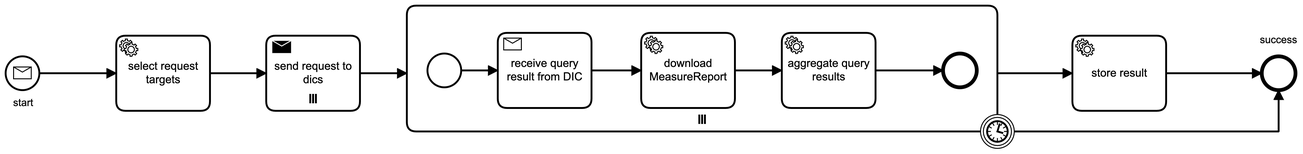
The BPMN diagram codex-process-feasibility/docs/requestSimpleFeasibility.png in medizininformatik-initiative/mii-process-feasibility, before a commit. Its source is kept beside it as codex-process-feasibility/src/main/resources/bpe/requestSimpleFeasibility.bpmn. Ids are renumbered. Its diagram source:
```xml
<bpmn:definitions xmlns:bpmn="http://www.omg.org/spec/BPMN/20100524/MODEL" xmlns:bpmndi="http://www.omg.org/spec/BPMN/20100524/DI" xmlns:di="http://www.omg.org/spec/DD/20100524/DI" xmlns:dc="http://www.omg.org/spec/DD/20100524/DC" xmlns:camunda="http://camunda.org/schema/1.0/bpmn" xmlns:xsi="http://www.w3.org/2001/XMLSchema-instance" id="Definitions_n1" targetNamespace="http://bpmn.io/schema/bpmn" exporter="Camunda Modeler" exporterVersion="4.6.0">
  <bpmn:process id="requestSimpleFeasibility" name="storeResult" isExecutable="true" camunda:versionTag="0.1.0">
    <bpmn:startEvent id="StartEvent" name="start">
      <bpmn:outgoing>SequenceFlow_n2</bpmn:outgoing>
      <bpmn:messageEventDefinition id="MessageEventDefinition_n3" messageRef="Message_n4" />
    </bpmn:startEvent>
    <bpmn:serviceTask id="selectRequestTargets" name="select request targets" camunda:class="de.netzwerk_universitaetsmedizin.codex.processes.feasibility.service.SelectRequestTargets">
      <bpmn:incoming>SequenceFlow_n2</bpmn:incoming>
      <bpmn:outgoing>SequenceFlow_n5</bpmn:outgoing>
    </bpmn:serviceTask>
    <bpmn:sendTask id="sendRequestToDics" name="send request to dics" camunda:class="de.netzwerk_universitaetsmedizin.codex.processes.feasibility.message.SendDicRequest">
      <bpmn:extensionElements>
        <camunda:inputOutput>
          <camunda:inputParameter name="processDefinitionKey">executeSimpleFeasibility</camunda:inputParameter>
          <camunda:inputParameter name="versionTag">0.1.0</camunda:inputParameter>
          <camunda:inputParameter name="messageName">executeSimpleFeasibilityMessage</camunda:inputParameter>
          <camunda:inputParameter name="profile">https://www.netzwerk-universitaetsmedizin.de/fhir/StructureDefinition/codex-task-execute-simple-feasibility</camunda:inputParameter>
        </camunda:inputOutput>
      </bpmn:extensionElements>
      <bpmn:incoming>SequenceFlow_n5</bpmn:incoming>
      <bpmn:outgoing>Flow_n6</bpmn:outgoing>
      <bpmn:multiInstanceLoopCharacteristics camunda:collection="${targets.entries}" camunda:elementVariable="target" />
    </bpmn:sendTask>
    <bpmn:sequenceFlow id="SequenceFlow_n2" sourceRef="StartEvent" targetRef="selectRequestTargets" />
    <bpmn:sequenceFlow id="SequenceFlow_n5" sourceRef="selectRequestTargets" targetRef="sendRequestToDics" />
    <bpmn:endEvent id="EndEvent" name="success">
      <bpmn:incoming>Flow_n7</bpmn:incoming>
      <bpmn:incoming>Flow_n8</bpmn:incoming>
    </bpmn:endEvent>
    <bpmn:subProcess id="Activity_n9">
      <bpmn:incoming>Flow_n6</bpmn:incoming>
      <bpmn:outgoing>Flow_n10</bpmn:outgoing>
      <bpmn:multiInstanceLoopCharacteristics camunda:collection="${targets.entries}" camunda:elementVariable="target" />
      <bpmn:receiveTask id="Activity_n11" name="receive query result from DIC" messageRef="Message_n12">
        <bpmn:extensionElements>
          <camunda:inputOutput>
            <camunda:inputParameter name="correlationKey">${target.correlationKey}</camunda:inputParameter>
          </camunda:inputOutput>
        </bpmn:extensionElements>
        <bpmn:incoming>Flow_n13</bpmn:incoming>
        <bpmn:outgoing>Flow_n14</bpmn:outgoing>
      </bpmn:receiveTask>
      <bpmn:startEvent id="Event_n15">
        <bpmn:outgoing>Flow_n13</bpmn:outgoing>
      </bpmn:startEvent>
      <bpmn:sequenceFlow id="Flow_n13" sourceRef="Event_n15" targetRef="Activity_n11" />
      <bpmn:sequenceFlow id="Flow_n14" sourceRef="Activity_n11" targetRef="Activity_n16" />
      <bpmn:serviceTask id="Activity_n16" name="download MeasureReport" camunda:class="de.netzwerk_universitaetsmedizin.codex.processes.feasibility.service.DownloadMeasureReport">
        <bpmn:incoming>Flow_n14</bpmn:incoming>
        <bpmn:outgoing>Flow_n17</bpmn:outgoing>
      </bpmn:serviceTask>
      <bpmn:sequenceFlow id="Flow_n17" sourceRef="Activity_n16" targetRef="Activity_n18" />
      <bpmn:serviceTask id="Activity_n18" name="store live result" camunda:class="de.netzwerk_universitaetsmedizin.codex.processes.feasibility.service.StoreLiveResult">
        <bpmn:incoming>Flow_n17</bpmn:incoming>
        <bpmn:outgoing>Flow_n19</bpmn:outgoing>
      </bpmn:serviceTask>
      <bpmn:sequenceFlow id="Flow_n19" sourceRef="Activity_n18" targetRef="Activity_n20" />
      <bpmn:endEvent id="Event_n21">
        <bpmn:incoming>Flow_n22</bpmn:incoming>
      </bpmn:endEvent>
      <bpmn:sequenceFlow id="Flow_n22" sourceRef="Activity_n20" targetRef="Event_n21" />
      <bpmn:serviceTask id="Activity_n20" name="aggregate query results" camunda:class="de.netzwerk_universitaetsmedizin.codex.processes.feasibility.service.AggregateMeasureReports">
        <bpmn:incoming>Flow_n19</bpmn:incoming>
        <bpmn:outgoing>Flow_n22</bpmn:outgoing>
      </bpmn:serviceTask>
    </bpmn:subProcess>
    <bpmn:boundaryEvent id="Event_n23" attachedToRef="Activity_n9">
      <bpmn:outgoing>Flow_n7</bpmn:outgoing>
      <bpmn:timerEventDefinition id="TimerEventDefinition_n24">
        <bpmn:timeDuration xsi:type="bpmn:tFormalExpression">PT5M</bpmn:timeDuration>
      </bpmn:timerEventDefinition>
    </bpmn:boundaryEvent>
    <bpmn:sequenceFlow id="Flow_n6" sourceRef="sendRequestToDics" targetRef="Activity_n9" />
    <bpmn:sequenceFlow id="Flow_n7" sourceRef="Event_n23" targetRef="EndEvent" />
    <bpmn:sequenceFlow id="Flow_n10" sourceRef="Activity_n9" targetRef="Activity_n25" />
    <bpmn:sequenceFlow id="Flow_n8" sourceRef="Activity_n25" targetRef="EndEvent" />
    <bpmn:serviceTask id="Activity_n25" name="prepare query for further evaluation" camunda:class="de.netzwerk_universitaetsmedizin.codex.processes.feasibility.service.PrepareForFurtherEvaluation">
      <bpmn:documentation>Assign queries to organizations</bpmn:documentation>
      <bpmn:incoming>Flow_n10</bpmn:incoming>
      <bpmn:outgoing>Flow_n8</bpmn:outgoing>
    </bpmn:serviceTask>
  </bpmn:process>
  <bpmn:message id="Message_n4" name="requestSimpleFeasibilityMessage" />
  <bpmn:message id="Message_n26" name="resultSimpleFeasibilityMessage" />
  <bpmn:error id="Error_n27" />
  <bpmn:error id="Error_n28" />
  <bpmn:error id="Error_n29" />
  <bpmn:message id="Message_n30" name="receiveMultiMedicCohortSizeResultMessage" />
  <bpmn:message id="Message_n31" name="resultMultiMedicSimpleFeasibilityMessage" />
  <bpmn:message id="Message_n32" name="errorSimpleFeasibilityMessage" />
  <bpmn:message id="Message_n33" name="resultMultiMedicSimpleFeasibilityMessage" />
  <bpmn:message id="Message_n34" name="errorSimpleFeasibilityMessage" />
  <bpmn:message id="Message_n35" name="errorMultiMedicSimpleFeasibilityMessage" />
  <bpmn:message id="Message_n36" name="resultMultiMedicSimpleFeasibilityMessage" />
  <bpmn:message id="Message_n12" name="resultSingleDicSimpleFeasibilityMessage" />
  <bpmndi:BPMNDiagram id="BPMNDiagram_1">
    <bpmndi:BPMNPlane id="BPMNPlane_1" bpmnElement="requestSimpleFeasibility">
      <bpmndi:BPMNEdge id="Flow_n8_di" bpmnElement="Flow_n8">
        <di:waypoint x="1560" y="155" />
        <di:waypoint x="1612" y="155" />
      </bpmndi:BPMNEdge>
      <bpmndi:BPMNEdge id="Flow_n10_di" bpmnElement="Flow_n10">
        <di:waypoint x="1380" y="155" />
        <di:waypoint x="1460" y="155" />
      </bpmndi:BPMNEdge>
      <bpmndi:BPMNEdge id="Flow_n7_di" bpmnElement="Flow_n7">
        <di:waypoint x="1398" y="222" />
        <di:waypoint x="1630" y="222" />
        <di:waypoint x="1630" y="173" />
      </bpmndi:BPMNEdge>
      <bpmndi:BPMNEdge id="Flow_n6_di" bpmnElement="Flow_n6">
        <di:waypoint x="530" y="155" />
        <di:waypoint x="580" y="155" />
      </bpmndi:BPMNEdge>
      <bpmndi:BPMNEdge id="SequenceFlow_n5_di" bpmnElement="SequenceFlow_n5">
        <di:waypoint x="370" y="155" />
        <di:waypoint x="430" y="155" />
      </bpmndi:BPMNEdge>
      <bpmndi:BPMNEdge id="SequenceFlow_n2_di" bpmnElement="SequenceFlow_n2">
        <di:waypoint x="188" y="155" />
        <di:waypoint x="270" y="155" />
      </bpmndi:BPMNEdge>
      <bpmndi:BPMNShape id="StartEvent_1ozsjmr_di" bpmnElement="StartEvent">
        <dc:Bounds x="152" y="137" width="36" height="36" />
        <bpmndi:BPMNLabel>
          <dc:Bounds x="160" y="180" width="22" height="14" />
        </bpmndi:BPMNLabel>
      </bpmndi:BPMNShape>
      <bpmndi:BPMNShape id="ServiceTask_0vfud44_di" bpmnElement="selectRequestTargets">
        <dc:Bounds x="270" y="115" width="100" height="80" />
      </bpmndi:BPMNShape>
      <bpmndi:BPMNShape id="SendTask_1pu8i9n_di" bpmnElement="sendRequestToDics">
        <dc:Bounds x="430" y="115" width="100" height="80" />
      </bpmndi:BPMNShape>
      <bpmndi:BPMNShape id="EndEvent_18syky8_di" bpmnElement="EndEvent">
        <dc:Bounds x="1612" y="137" width="36" height="36" />
        <bpmndi:BPMNLabel>
          <dc:Bounds x="1610" y="113" width="41" height="14" />
        </bpmndi:BPMNLabel>
      </bpmndi:BPMNShape>
      <bpmndi:BPMNShape id="Activity_n9_di" bpmnElement="Activity_n9" isExpanded="true">
        <dc:Bounds x="580" y="88" width="800" height="134" />
      </bpmndi:BPMNShape>
      <bpmndi:BPMNEdge id="Flow_n22_di" bpmnElement="Flow_n22">
        <di:waypoint x="1240" y="157" />
        <di:waypoint x="1312" y="157" />
      </bpmndi:BPMNEdge>
      <bpmndi:BPMNEdge id="Flow_n19_di" bpmnElement="Flow_n19">
        <di:waypoint x="1080" y="157" />
        <di:waypoint x="1140" y="157" />
      </bpmndi:BPMNEdge>
      <bpmndi:BPMNEdge id="Flow_n17_di" bpmnElement="Flow_n17">
        <di:waypoint x="930" y="157" />
        <di:waypoint x="980" y="157" />
      </bpmndi:BPMNEdge>
      <bpmndi:BPMNEdge id="Flow_n14_di" bpmnElement="Flow_n14">
        <di:waypoint x="777" y="157" />
        <di:waypoint x="830" y="157" />
      </bpmndi:BPMNEdge>
      <bpmndi:BPMNEdge id="Flow_n13_di" bpmnElement="Flow_n13">
        <di:waypoint x="638" y="157" />
        <di:waypoint x="677" y="157" />
      </bpmndi:BPMNEdge>
      <bpmndi:BPMNShape id="Activity_n11_di" bpmnElement="Activity_n11">
        <dc:Bounds x="677" y="117" width="100" height="80" />
      </bpmndi:BPMNShape>
      <bpmndi:BPMNShape id="Event_n15_di" bpmnElement="Event_n15">
        <dc:Bounds x="602" y="139" width="36" height="36" />
      </bpmndi:BPMNShape>
      <bpmndi:BPMNShape id="Activity_1l7gm0z_di" bpmnElement="Activity_n16">
        <dc:Bounds x="830" y="117" width="100" height="80" />
      </bpmndi:BPMNShape>
      <bpmndi:BPMNShape id="Activity_n18_di" bpmnElement="Activity_n18">
        <dc:Bounds x="980" y="117" width="100" height="80" />
      </bpmndi:BPMNShape>
      <bpmndi:BPMNShape id="Event_n21_di" bpmnElement="Event_n21">
        <dc:Bounds x="1312" y="139" width="36" height="36" />
      </bpmndi:BPMNShape>
      <bpmndi:BPMNShape id="Activity_0ecnlg3_di" bpmnElement="Activity_n20">
        <dc:Bounds x="1140" y="117" width="100" height="80" />
      </bpmndi:BPMNShape>
      <bpmndi:BPMNShape id="Activity_1y41cdj_di" bpmnElement="Activity_n25">
        <dc:Bounds x="1460" y="115" width="100" height="80" />
      </bpmndi:BPMNShape>
      <bpmndi:BPMNShape id="Event_n23_di" bpmnElement="Event_n23">
        <dc:Bounds x="1362" y="204" width="36" height="36" />
      </bpmndi:BPMNShape>
    </bpmndi:BPMNPlane>
  </bpmndi:BPMNDiagram>
</bpmn:definitions>
```
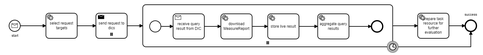
Above is the later version.

Commit message:
Update README.md according to the issue Support Live Result Updates https://github.com/num-codex/codex-processes-ap2/issues/6

What changed in the source:
```diff
@@ -74,7 +74,7 @@
     <bpmn:sequenceFlow id="Flow_n7" sourceRef="Event_n23" targetRef="EndEvent" />
     <bpmn:sequenceFlow id="Flow_n10" sourceRef="Activity_n9" targetRef="Activity_n25" />
     <bpmn:sequenceFlow id="Flow_n8" sourceRef="Activity_n25" targetRef="EndEvent" />
-    <bpmn:serviceTask id="Activity_n25" name="prepare query for further evaluation" camunda:class="de.netzwerk_universitaetsmedizin.codex.processes.feasibility.service.PrepareForFurtherEvaluation">
+    <bpmn:serviceTask id="Activity_n25" name="prepare task resource for further evaluation" camunda:class="de.netzwerk_universitaetsmedizin.codex.processes.feasibility.service.PrepareForFurtherEvaluation">
       <bpmn:documentation>Assign queries to organizations</bpmn:documentation>
       <bpmn:incoming>Flow_n10</bpmn:incoming>
       <bpmn:outgoing>Flow_n8</bpmn:outgoing>
```
